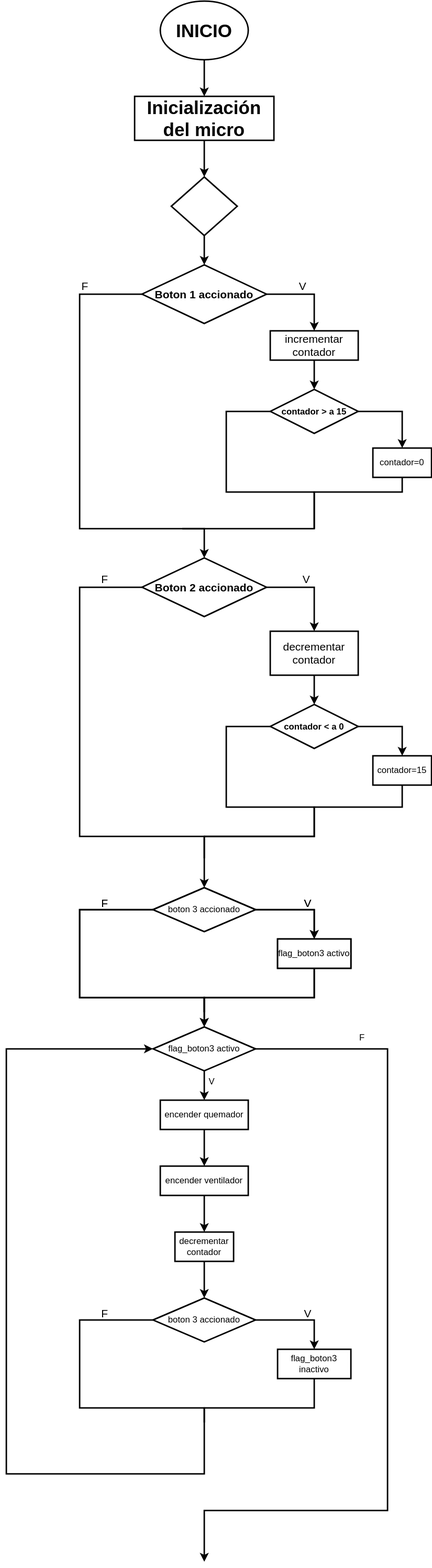
This is Diagrama.drawio.svg from Kourii/integradora, a draw.io export, as it was before one commit. Source tidied: cells renumbered, new cells last; positions are measured from the earlier drawing's top-left corner, leaving out a move shared by most shapes.
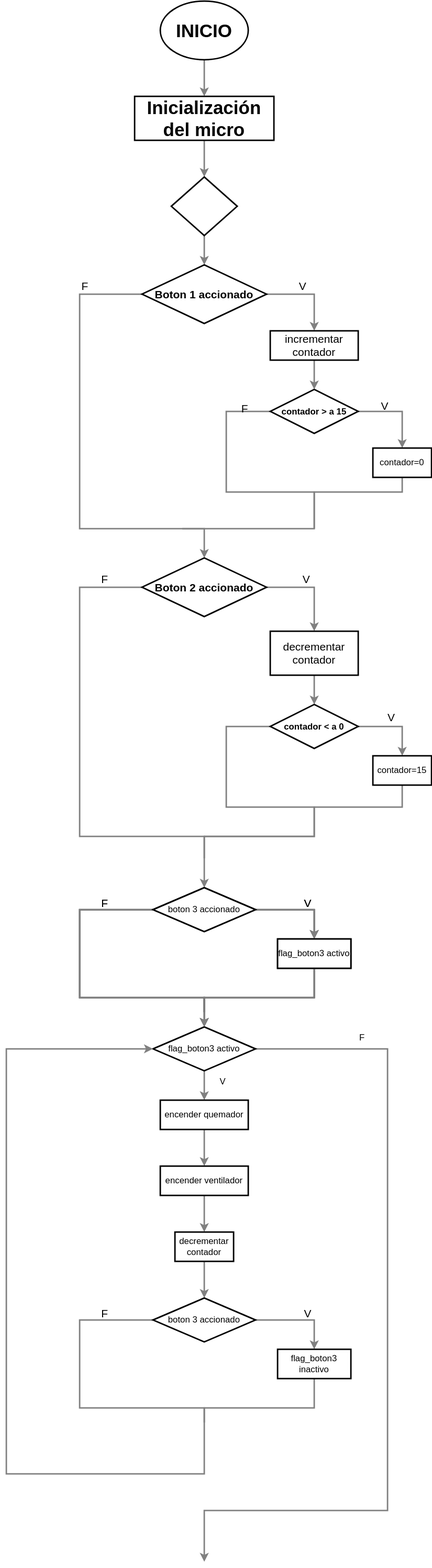
Later version of the same file.

What changed in the source:
```diff
@@ -2,25 +2,25 @@
   <root>
     <mxCell id="0" />
     <mxCell id="1" parent="0" />
-    <mxCell id="2" style="edgeStyle=orthogonalEdgeStyle;rounded=0;jettySize=auto;html=1;exitX=0.5;exitY=1;exitDx=0;exitDy=0;entryX=0.5;entryY=0;entryDx=0;entryDy=0;fontSize=25;strokeWidth=2;fontStyle=1;" parent="1" edge="1" source="3" target="5">
+    <mxCell id="2" style="edgeStyle=orthogonalEdgeStyle;rounded=0;jettySize=auto;html=1;exitX=0.5;exitY=1;exitDx=0;exitDy=0;entryX=0.5;entryY=0;entryDx=0;entryDy=0;fontSize=25;strokeWidth=2;fontStyle=1;strokeColor=#808080;" parent="1" edge="1" source="3" target="5">
       <mxGeometry relative="1" as="geometry" />
     </mxCell>
     <mxCell id="3" value="&lt;font style=&quot;font-size: 25px;&quot;&gt;INICIO&lt;/font&gt;" style="ellipse;whiteSpace=wrap;html=1;strokeWidth=2;fontStyle=1;" parent="1" vertex="1">
       <mxGeometry x="210" width="120" height="80" as="geometry" />
     </mxCell>
-    <mxCell id="4" style="edgeStyle=orthogonalEdgeStyle;rounded=0;jettySize=auto;html=1;exitX=0.5;exitY=1;exitDx=0;exitDy=0;entryX=0.5;entryY=0;entryDx=0;entryDy=0;strokeWidth=2;fontSize=25;fontStyle=1;" parent="1" edge="1" source="5" target="7">
+    <mxCell id="4" style="edgeStyle=orthogonalEdgeStyle;rounded=0;jettySize=auto;html=1;exitX=0.5;exitY=1;exitDx=0;exitDy=0;entryX=0.5;entryY=0;entryDx=0;entryDy=0;strokeWidth=2;fontSize=25;fontStyle=1;strokeColor=#808080;" parent="1" edge="1" source="5" target="7">
       <mxGeometry relative="1" as="geometry" />
     </mxCell>
     <mxCell id="5" value="Inicialización del micro" style="rounded=0;whiteSpace=wrap;html=1;fontSize=25;strokeWidth=2;fontStyle=1;" parent="1" vertex="1">
       <mxGeometry x="175" y="130" width="190" height="60" as="geometry" />
     </mxCell>
-    <mxCell id="6" style="edgeStyle=orthogonalEdgeStyle;rounded=0;jettySize=auto;html=1;exitX=0.5;exitY=1;exitDx=0;exitDy=0;entryX=0.5;entryY=0;entryDx=0;entryDy=0;strokeWidth=2;fontSize=25;fontStyle=1;" parent="1" edge="1" source="7" target="12">
+    <mxCell id="6" style="edgeStyle=orthogonalEdgeStyle;rounded=0;jettySize=auto;html=1;exitX=0.5;exitY=1;exitDx=0;exitDy=0;entryX=0.5;entryY=0;entryDx=0;entryDy=0;strokeWidth=2;fontSize=25;fontStyle=1;strokeColor=#808080;" parent="1" edge="1" source="7" target="12">
       <mxGeometry relative="1" as="geometry" />
     </mxCell>
     <mxCell id="7" style="rhombus;whiteSpace=wrap;html=1;strokeWidth=2;fontSize=25;fontStyle=1;" parent="1" vertex="1">
       <mxGeometry x="225" y="240" width="90" height="80" as="geometry" />
     </mxCell>
-    <mxCell id="8" style="edgeStyle=orthogonalEdgeStyle;rounded=0;jettySize=auto;html=1;exitX=1;exitY=0.5;exitDx=0;exitDy=0;entryX=0.5;entryY=0;entryDx=0;entryDy=0;strokeWidth=2;fontSize=15;" parent="1" edge="1" source="12" target="14">
+    <mxCell id="8" style="edgeStyle=orthogonalEdgeStyle;rounded=0;jettySize=auto;html=1;exitX=1;exitY=0.5;exitDx=0;exitDy=0;entryX=0.5;entryY=0;entryDx=0;entryDy=0;strokeWidth=2;fontSize=15;strokeColor=#808080;" parent="1" edge="1" source="12" target="14">
       <mxGeometry relative="1" as="geometry" />
     </mxCell>
     <mxCell id="9" value="V" style="edgeLabel;html=1;align=center;verticalAlign=middle;fontSize=15;labelBackgroundColor=none;" parent="8" vertex="1">
@@ -33,7 +33,7 @@
         <mxPoint x="-307" y="-12" as="offset" />
       </mxGeometry>
     </mxCell>
-    <mxCell id="11" style="edgeStyle=orthogonalEdgeStyle;rounded=0;jettySize=auto;html=1;exitX=0;exitY=0.5;exitDx=0;exitDy=0;strokeWidth=2;fontSize=12;entryX=0.5;entryY=0;entryDx=0;entryDy=0;" parent="1" edge="1" source="12" target="26">
+    <mxCell id="11" style="edgeStyle=orthogonalEdgeStyle;rounded=0;jettySize=auto;html=1;exitX=0;exitY=0.5;exitDx=0;exitDy=0;strokeWidth=2;fontSize=12;entryX=0.5;entryY=0;entryDx=0;entryDy=0;strokeColor=#808080;" parent="1" edge="1" source="12" target="26">
       <mxGeometry relative="1" as="geometry">
         <Array as="points">
           <mxPoint x="100" y="400" />
@@ -45,16 +45,16 @@
     <mxCell id="12" value="&lt;p style=&quot;line-height: 100%; font-size: 15px;&quot;&gt;&lt;font style=&quot;font-size: 15px;&quot;&gt;Boton 1 accionado&lt;br&gt;&lt;/font&gt;&lt;/p&gt;" style="rhombus;whiteSpace=wrap;html=1;strokeWidth=2;fontSize=25;fontStyle=1;" parent="1" vertex="1">
       <mxGeometry x="185" y="360" width="170" height="80" as="geometry" />
     </mxCell>
-    <mxCell id="13" style="edgeStyle=orthogonalEdgeStyle;rounded=0;jettySize=auto;html=1;exitX=0.5;exitY=1;exitDx=0;exitDy=0;entryX=0.5;entryY=0;entryDx=0;entryDy=0;strokeWidth=2;fontSize=12;" parent="1" edge="1" source="14" target="17">
+    <mxCell id="13" style="edgeStyle=orthogonalEdgeStyle;rounded=0;jettySize=auto;html=1;exitX=0.5;exitY=1;exitDx=0;exitDy=0;entryX=0.5;entryY=0;entryDx=0;entryDy=0;strokeWidth=2;fontSize=12;strokeColor=#808080;" parent="1" edge="1" source="14" target="17">
       <mxGeometry relative="1" as="geometry" />
     </mxCell>
     <mxCell id="14" value="incrementar contador" style="rounded=0;whiteSpace=wrap;html=1;strokeWidth=2;fontSize=15;" parent="1" vertex="1">
       <mxGeometry x="360" y="450" width="120" height="40" as="geometry" />
     </mxCell>
-    <mxCell id="15" style="edgeStyle=orthogonalEdgeStyle;rounded=0;jettySize=auto;html=1;exitX=1;exitY=0.5;exitDx=0;exitDy=0;entryX=0.5;entryY=0;entryDx=0;entryDy=0;strokeWidth=2;fontSize=12;" parent="1" edge="1" source="17" target="19">
+    <mxCell id="15" style="edgeStyle=orthogonalEdgeStyle;rounded=0;jettySize=auto;html=1;exitX=1;exitY=0.5;exitDx=0;exitDy=0;entryX=0.5;entryY=0;entryDx=0;entryDy=0;strokeWidth=2;fontSize=12;strokeColor=#808080;" parent="1" edge="1" source="17" target="19">
       <mxGeometry relative="1" as="geometry" />
     </mxCell>
-    <mxCell id="16" style="edgeStyle=orthogonalEdgeStyle;rounded=0;jettySize=auto;html=1;exitX=0;exitY=0.5;exitDx=0;exitDy=0;strokeWidth=2;fontSize=12;endArrow=none;endFill=0;" parent="1" edge="1" source="17">
+    <mxCell id="16" style="edgeStyle=orthogonalEdgeStyle;rounded=0;jettySize=auto;html=1;exitX=0;exitY=0.5;exitDx=0;exitDy=0;strokeWidth=2;fontSize=12;endArrow=none;endFill=0;strokeColor=#808080;" parent="1" edge="1" source="17">
       <mxGeometry relative="1" as="geometry">
         <mxPoint x="240" y="720" as="targetPoint" />
         <Array as="points">
@@ -68,7 +68,7 @@
     <mxCell id="17" value="&lt;p style=&quot;line-height: 100%; font-size: 12px;&quot;&gt;&lt;font style=&quot;font-size: 12px;&quot;&gt;contador &amp;gt; a 15&lt;br&gt;&lt;/font&gt;&lt;/p&gt;" style="rhombus;whiteSpace=wrap;html=1;strokeWidth=2;fontSize=25;fontStyle=1;" parent="1" vertex="1">
       <mxGeometry x="360" y="530" width="120" height="60" as="geometry" />
     </mxCell>
-    <mxCell id="18" style="edgeStyle=orthogonalEdgeStyle;rounded=0;jettySize=auto;html=1;exitX=0.5;exitY=1;exitDx=0;exitDy=0;strokeWidth=2;fontSize=12;endArrow=none;endFill=0;" parent="1" edge="1" source="19">
+    <mxCell id="18" style="edgeStyle=orthogonalEdgeStyle;rounded=0;jettySize=auto;html=1;exitX=0.5;exitY=1;exitDx=0;exitDy=0;strokeWidth=2;fontSize=12;endArrow=none;endFill=0;strokeColor=#808080;" parent="1" edge="1" source="19">
       <mxGeometry relative="1" as="geometry">
         <mxPoint x="420" y="720" as="targetPoint" />
         <Array as="points">
@@ -80,7 +80,7 @@
     <mxCell id="19" value="contador=0" style="rounded=0;whiteSpace=wrap;html=1;labelBackgroundColor=none;strokeWidth=2;fontSize=12;" parent="1" vertex="1">
       <mxGeometry x="500" y="610" width="80" height="40" as="geometry" />
     </mxCell>
-    <mxCell id="20" style="edgeStyle=orthogonalEdgeStyle;rounded=0;jettySize=auto;html=1;exitX=1;exitY=0.5;exitDx=0;exitDy=0;entryX=0.5;entryY=0;entryDx=0;entryDy=0;strokeWidth=2;fontSize=15;" parent="1" edge="1" source="26" target="28">
+    <mxCell id="20" style="edgeStyle=orthogonalEdgeStyle;rounded=0;jettySize=auto;html=1;exitX=1;exitY=0.5;exitDx=0;exitDy=0;entryX=0.5;entryY=0;entryDx=0;entryDy=0;strokeWidth=2;fontSize=15;strokeColor=#808080;" parent="1" edge="1" source="26" target="28">
       <mxGeometry relative="1" as="geometry" />
     </mxCell>
     <mxCell id="21" value="V" style="edgeLabel;html=1;align=center;verticalAlign=middle;fontSize=15;labelBackgroundColor=none;" parent="20" vertex="1">
@@ -103,7 +103,7 @@
         <mxPoint x="-285" y="430" as="offset" />
       </mxGeometry>
     </mxCell>
-    <mxCell id="25" style="edgeStyle=orthogonalEdgeStyle;jettySize=auto;html=1;exitX=0;exitY=0.5;exitDx=0;exitDy=0;strokeWidth=2;fontSize=12;entryX=0.5;entryY=0;entryDx=0;entryDy=0;rounded=0;" parent="1" edge="1" source="26" target="36">
+    <mxCell id="25" style="edgeStyle=orthogonalEdgeStyle;jettySize=auto;html=1;exitX=0;exitY=0.5;exitDx=0;exitDy=0;strokeWidth=2;fontSize=12;entryX=0.5;entryY=0;entryDx=0;entryDy=0;rounded=0;strokeColor=#808080;" parent="1" edge="1" source="26" target="36">
       <mxGeometry relative="1" as="geometry">
         <Array as="points">
           <mxPoint x="100" y="800" />
@@ -115,16 +115,16 @@
     <mxCell id="26" value="&lt;p style=&quot;line-height: 100%; font-size: 15px;&quot;&gt;&lt;font style=&quot;font-size: 15px;&quot;&gt;Boton 2 accionado&lt;br&gt;&lt;/font&gt;&lt;/p&gt;" style="rhombus;whiteSpace=wrap;html=1;strokeWidth=2;fontSize=25;fontStyle=1;" parent="1" vertex="1">
       <mxGeometry x="185" y="760" width="170" height="80" as="geometry" />
     </mxCell>
-    <mxCell id="27" style="edgeStyle=orthogonalEdgeStyle;rounded=0;jettySize=auto;html=1;exitX=0.5;exitY=1;exitDx=0;exitDy=0;entryX=0.5;entryY=0;entryDx=0;entryDy=0;strokeWidth=2;fontSize=12;" parent="1" edge="1" source="28" target="31">
+    <mxCell id="27" style="edgeStyle=orthogonalEdgeStyle;rounded=0;jettySize=auto;html=1;exitX=0.5;exitY=1;exitDx=0;exitDy=0;entryX=0.5;entryY=0;entryDx=0;entryDy=0;strokeWidth=2;fontSize=12;strokeColor=#808080;" parent="1" edge="1" source="28" target="31">
       <mxGeometry relative="1" as="geometry" />
     </mxCell>
     <mxCell id="28" value="&lt;div&gt;decrementar contador&lt;/div&gt;" style="rounded=0;whiteSpace=wrap;html=1;strokeWidth=2;fontSize=15;" parent="1" vertex="1">
       <mxGeometry x="360" y="860" width="120" height="60" as="geometry" />
     </mxCell>
-    <mxCell id="29" style="edgeStyle=orthogonalEdgeStyle;rounded=0;jettySize=auto;html=1;exitX=1;exitY=0.5;exitDx=0;exitDy=0;entryX=0.5;entryY=0;entryDx=0;entryDy=0;strokeWidth=2;fontSize=12;" parent="1" edge="1" source="31" target="33">
+    <mxCell id="29" style="edgeStyle=orthogonalEdgeStyle;rounded=0;jettySize=auto;html=1;exitX=1;exitY=0.5;exitDx=0;exitDy=0;entryX=0.5;entryY=0;entryDx=0;entryDy=0;strokeWidth=2;fontSize=12;strokeColor=#808080;" parent="1" edge="1" source="31" target="33">
       <mxGeometry relative="1" as="geometry" />
     </mxCell>
-    <mxCell id="30" style="edgeStyle=orthogonalEdgeStyle;rounded=0;jettySize=auto;html=1;exitX=0;exitY=0.5;exitDx=0;exitDy=0;strokeWidth=2;fontSize=12;endArrow=none;endFill=0;" parent="1" edge="1" source="31">
+    <mxCell id="30" style="edgeStyle=orthogonalEdgeStyle;rounded=0;jettySize=auto;html=1;exitX=0;exitY=0.5;exitDx=0;exitDy=0;strokeWidth=2;fontSize=12;endArrow=none;endFill=0;strokeColor=#808080;" parent="1" edge="1" source="31">
       <mxGeometry relative="1" as="geometry">
         <mxPoint x="270" y="1170" as="targetPoint" />
         <Array as="points">
@@ -139,7 +139,7 @@
     <mxCell id="31" value="&lt;p style=&quot;line-height: 100%; font-size: 12px;&quot;&gt;&lt;font style=&quot;font-size: 12px;&quot;&gt;contador &amp;lt; a 0&lt;br&gt;&lt;/font&gt;&lt;/p&gt;" style="rhombus;whiteSpace=wrap;html=1;strokeWidth=2;fontSize=25;fontStyle=1;" parent="1" vertex="1">
       <mxGeometry x="360" y="960" width="120" height="60" as="geometry" />
     </mxCell>
-    <mxCell id="32" style="edgeStyle=orthogonalEdgeStyle;rounded=0;jettySize=auto;html=1;exitX=0.5;exitY=1;exitDx=0;exitDy=0;strokeWidth=2;fontSize=12;endArrow=none;endFill=0;" parent="1" edge="1" source="33">
+    <mxCell id="32" style="edgeStyle=orthogonalEdgeStyle;rounded=0;jettySize=auto;html=1;exitX=0.5;exitY=1;exitDx=0;exitDy=0;strokeWidth=2;fontSize=12;endArrow=none;endFill=0;strokeColor=#808080;" parent="1" edge="1" source="33">
       <mxGeometry relative="1" as="geometry">
         <mxPoint x="270" y="1140" as="targetPoint" />
         <Array as="points">
@@ -183,7 +183,7 @@
     <mxCell id="39" value="flag_boton3 activo" style="rounded=0;whiteSpace=wrap;html=1;labelBackgroundColor=none;strokeWidth=2;fontSize=12;" parent="1" vertex="1">
       <mxGeometry x="370" y="1280" width="100" height="40" as="geometry" />
     </mxCell>
-    <mxCell id="40" style="edgeStyle=orthogonalEdgeStyle;rounded=0;jettySize=auto;html=1;exitX=0.5;exitY=1;exitDx=0;exitDy=0;strokeWidth=2;fontSize=12;endArrow=classic;endFill=1;entryX=0.5;entryY=0;entryDx=0;entryDy=0;" parent="1" edge="1" source="42" target="44">
+    <mxCell id="40" style="edgeStyle=orthogonalEdgeStyle;rounded=0;jettySize=auto;html=1;exitX=0.5;exitY=1;exitDx=0;exitDy=0;strokeWidth=2;fontSize=12;endArrow=classic;endFill=1;entryX=0.5;entryY=0;entryDx=0;entryDy=0;strokeColor=#808080;" parent="1" edge="1" source="42" target="44">
       <mxGeometry relative="1" as="geometry">
         <Array as="points">
           <mxPoint x="270" y="1470" />
@@ -191,7 +191,7 @@
         </Array>
       </mxGeometry>
     </mxCell>
-    <mxCell id="41" style="edgeStyle=orthogonalEdgeStyle;rounded=0;jettySize=auto;html=1;exitX=1;exitY=0.5;exitDx=0;exitDy=0;strokeWidth=2;fontSize=12;endArrow=classic;endFill=1;" parent="1" edge="1" source="42">
+    <mxCell id="41" style="edgeStyle=orthogonalEdgeStyle;rounded=0;jettySize=auto;html=1;exitX=1;exitY=0.5;exitDx=0;exitDy=0;strokeWidth=2;fontSize=12;endArrow=classic;endFill=1;strokeColor=#808080;" parent="1" edge="1" source="42">
       <mxGeometry relative="1" as="geometry">
         <mxPoint x="270" y="2130" as="targetPoint" />
         <Array as="points">
@@ -204,19 +204,19 @@
     <mxCell id="42" value="flag_boton3 activo" style="rhombus;whiteSpace=wrap;html=1;labelBackgroundColor=none;strokeWidth=2;fontSize=12;" parent="1" vertex="1">
       <mxGeometry x="200" y="1400" width="140" height="60" as="geometry" />
     </mxCell>
-    <mxCell id="43" style="edgeStyle=orthogonalEdgeStyle;rounded=0;jettySize=auto;html=1;exitX=0.5;exitY=1;exitDx=0;exitDy=0;entryX=0.5;entryY=0;entryDx=0;entryDy=0;strokeWidth=2;fontSize=12;endArrow=classic;endFill=1;" parent="1" edge="1" source="44" target="46">
+    <mxCell id="43" style="edgeStyle=orthogonalEdgeStyle;rounded=0;jettySize=auto;html=1;exitX=0.5;exitY=1;exitDx=0;exitDy=0;entryX=0.5;entryY=0;entryDx=0;entryDy=0;strokeWidth=2;fontSize=12;endArrow=classic;endFill=1;strokeColor=#808080;" parent="1" edge="1" source="44" target="46">
       <mxGeometry relative="1" as="geometry" />
     </mxCell>
     <mxCell id="44" value="encender quemador" style="rounded=0;whiteSpace=wrap;html=1;labelBackgroundColor=none;strokeWidth=2;fontSize=12;" parent="1" vertex="1">
       <mxGeometry x="210" y="1500" width="120" height="40" as="geometry" />
     </mxCell>
-    <mxCell id="45" style="edgeStyle=orthogonalEdgeStyle;rounded=0;jettySize=auto;html=1;exitX=0.5;exitY=1;exitDx=0;exitDy=0;entryX=0.5;entryY=0;entryDx=0;entryDy=0;strokeWidth=2;fontSize=12;endArrow=classic;endFill=1;" parent="1" edge="1" source="46" target="48">
+    <mxCell id="45" style="edgeStyle=orthogonalEdgeStyle;rounded=0;jettySize=auto;html=1;exitX=0.5;exitY=1;exitDx=0;exitDy=0;entryX=0.5;entryY=0;entryDx=0;entryDy=0;strokeWidth=2;fontSize=12;endArrow=classic;endFill=1;strokeColor=#808080;" parent="1" edge="1" source="46" target="48">
       <mxGeometry relative="1" as="geometry" />
     </mxCell>
     <mxCell id="46" value="encender ventilador" style="rounded=0;whiteSpace=wrap;html=1;labelBackgroundColor=none;strokeWidth=2;fontSize=12;" parent="1" vertex="1">
       <mxGeometry x="210" y="1590" width="120" height="40" as="geometry" />
     </mxCell>
-    <mxCell id="47" style="edgeStyle=orthogonalEdgeStyle;rounded=0;jettySize=auto;html=1;exitX=0.5;exitY=1;exitDx=0;exitDy=0;entryX=0.5;entryY=0;entryDx=0;entryDy=0;strokeWidth=2;fontSize=12;endArrow=classic;endFill=1;" parent="1" edge="1" source="48" target="60">
+    <mxCell id="47" style="edgeStyle=orthogonalEdgeStyle;rounded=0;jettySize=auto;html=1;exitX=0.5;exitY=1;exitDx=0;exitDy=0;entryX=0.5;entryY=0;entryDx=0;entryDy=0;strokeWidth=2;fontSize=12;endArrow=classic;endFill=1;strokeColor=#808080;" parent="1" edge="1" source="48" target="60">
       <mxGeometry relative="1" as="geometry" />
     </mxCell>
     <mxCell id="48" value="decrementar contador" style="rounded=0;whiteSpace=wrap;html=1;labelBackgroundColor=none;strokeWidth=2;fontSize=12;" parent="1" vertex="1">
@@ -228,10 +228,10 @@
     <mxCell id="50" value="F" style="edgeLabel;html=1;align=center;verticalAlign=middle;fontSize=15;labelBackgroundColor=none;" parent="1" vertex="1">
       <mxGeometry x="133" y="1230" as="geometry" />
     </mxCell>
-    <mxCell id="51" style="edgeStyle=orthogonalEdgeStyle;rounded=0;jettySize=auto;html=1;exitX=1;exitY=0.5;exitDx=0;exitDy=0;strokeWidth=2;fontSize=12;endArrow=classic;endFill=1;entryX=0.5;entryY=0;entryDx=0;entryDy=0;" parent="1" edge="1" source="53" target="55">
+    <mxCell id="51" style="edgeStyle=orthogonalEdgeStyle;rounded=0;jettySize=auto;html=1;exitX=1;exitY=0.5;exitDx=0;exitDy=0;strokeWidth=2;fontSize=12;endArrow=classic;endFill=1;entryX=0.5;entryY=0;entryDx=0;entryDy=0;strokeColor=#808080;" parent="1" edge="1" source="53" target="55">
       <mxGeometry relative="1" as="geometry" />
     </mxCell>
-    <mxCell id="52" style="edgeStyle=orthogonalEdgeStyle;rounded=0;jettySize=auto;html=1;exitX=0;exitY=0.5;exitDx=0;exitDy=0;strokeWidth=2;fontSize=12;endArrow=classic;endFill=1;" parent="1" edge="1" source="53">
+    <mxCell id="52" style="edgeStyle=orthogonalEdgeStyle;rounded=0;jettySize=auto;html=1;exitX=0;exitY=0.5;exitDx=0;exitDy=0;strokeWidth=2;fontSize=12;endArrow=classic;endFill=1;strokeColor=#808080;" parent="1" edge="1" source="53">
       <mxGeometry relative="1" as="geometry">
         <mxPoint x="270" y="1400" as="targetPoint" />
         <Array as="points">
@@ -244,7 +244,7 @@
     <mxCell id="53" value="boton 3 accionado" style="rhombus;whiteSpace=wrap;html=1;labelBackgroundColor=none;strokeWidth=2;fontSize=12;" parent="1" vertex="1">
       <mxGeometry x="200" y="1210" width="140" height="60" as="geometry" />
     </mxCell>
-    <mxCell id="54" style="edgeStyle=orthogonalEdgeStyle;rounded=0;jettySize=auto;html=1;exitX=0.5;exitY=1;exitDx=0;exitDy=0;strokeWidth=2;fontSize=12;endArrow=none;endFill=0;" parent="1" edge="1" source="55">
+    <mxCell id="54" style="edgeStyle=orthogonalEdgeStyle;rounded=0;jettySize=auto;html=1;exitX=0.5;exitY=1;exitDx=0;exitDy=0;strokeWidth=2;fontSize=12;endArrow=none;endFill=0;strokeColor=#808080;" parent="1" edge="1" source="55">
       <mxGeometry relative="1" as="geometry">
         <mxPoint x="270" y="1380" as="targetPoint" />
         <Array as="points">
@@ -262,10 +262,10 @@
     <mxCell id="57" value="F" style="edgeLabel;html=1;align=center;verticalAlign=middle;fontSize=15;labelBackgroundColor=none;" parent="1" vertex="1">
       <mxGeometry x="133" y="1790" as="geometry" />
     </mxCell>
-    <mxCell id="58" style="edgeStyle=orthogonalEdgeStyle;rounded=0;jettySize=auto;html=1;exitX=1;exitY=0.5;exitDx=0;exitDy=0;strokeWidth=2;fontSize=12;endArrow=classic;endFill=1;entryX=0.5;entryY=0;entryDx=0;entryDy=0;" parent="1" edge="1" source="60" target="62">
+    <mxCell id="58" style="edgeStyle=orthogonalEdgeStyle;rounded=0;jettySize=auto;html=1;exitX=1;exitY=0.5;exitDx=0;exitDy=0;strokeWidth=2;fontSize=12;endArrow=classic;endFill=1;entryX=0.5;entryY=0;entryDx=0;entryDy=0;strokeColor=#808080;" parent="1" edge="1" source="60" target="62">
       <mxGeometry relative="1" as="geometry" />
     </mxCell>
-    <mxCell id="59" style="edgeStyle=orthogonalEdgeStyle;rounded=0;jettySize=auto;html=1;exitX=0;exitY=0.5;exitDx=0;exitDy=0;strokeWidth=2;fontSize=12;endArrow=classic;endFill=1;entryX=0;entryY=0.5;entryDx=0;entryDy=0;" parent="1" edge="1" source="60" target="42">
+    <mxCell id="59" style="edgeStyle=orthogonalEdgeStyle;rounded=0;jettySize=auto;html=1;exitX=0;exitY=0.5;exitDx=0;exitDy=0;strokeWidth=2;fontSize=12;endArrow=classic;endFill=1;entryX=0;entryY=0.5;entryDx=0;entryDy=0;strokeColor=#808080;" parent="1" edge="1" source="60" target="42">
       <mxGeometry relative="1" as="geometry">
         <Array as="points">
           <mxPoint x="100" y="1800" />
@@ -280,7 +280,7 @@
     <mxCell id="60" value="boton 3 accionado" style="rhombus;whiteSpace=wrap;html=1;labelBackgroundColor=none;strokeWidth=2;fontSize=12;" parent="1" vertex="1">
       <mxGeometry x="200" y="1770" width="140" height="60" as="geometry" />
     </mxCell>
-    <mxCell id="61" style="edgeStyle=orthogonalEdgeStyle;rounded=0;jettySize=auto;html=1;exitX=0.5;exitY=1;exitDx=0;exitDy=0;strokeWidth=2;fontSize=12;endArrow=none;endFill=0;" parent="1" edge="1" source="62">
+    <mxCell id="61" style="edgeStyle=orthogonalEdgeStyle;rounded=0;jettySize=auto;html=1;exitX=0.5;exitY=1;exitDx=0;exitDy=0;strokeWidth=2;fontSize=12;endArrow=none;endFill=0;strokeColor=#808080;" parent="1" edge="1" source="62">
       <mxGeometry relative="1" as="geometry">
         <mxPoint x="270" y="1940" as="targetPoint" />
         <Array as="points">
@@ -293,10 +293,25 @@
       <mxGeometry x="370" y="1840" width="100" height="40" as="geometry" />
     </mxCell>
     <mxCell id="63" value="V" style="text;html=1;align=center;verticalAlign=middle;strokeColor=none;fillColor=none;fontSize=12;" parent="1" vertex="1">
-      <mxGeometry x="265" y="1460" width="30" height="30" as="geometry" />
+      <mxGeometry x="280" y="1460" width="30" height="30" as="geometry" />
     </mxCell>
     <mxCell id="64" value="F" style="text;html=1;align=center;verticalAlign=middle;strokeColor=none;fillColor=none;fontSize=12;" parent="1" vertex="1">
       <mxGeometry x="470" y="1400" width="30" height="30" as="geometry" />
     </mxCell>
+    <mxCell id="65" value="V" style="edgeLabel;html=1;align=center;verticalAlign=middle;fontSize=15;labelBackgroundColor=none;" parent="1" vertex="1">
+      <mxGeometry x="412.1" y="398" as="geometry">
+        <mxPoint x="103" y="153" as="offset" />
+      </mxGeometry>
+    </mxCell>
+    <mxCell id="66" value="F" style="edgeLabel;html=1;align=center;verticalAlign=middle;fontSize=15;labelBackgroundColor=none;" parent="1" vertex="1">
+      <mxGeometry x="130" y="440" as="geometry">
+        <mxPoint x="194" y="115" as="offset" />
+      </mxGeometry>
+    </mxCell>
+    <mxCell id="67" value="V" style="edgeLabel;html=1;align=center;verticalAlign=middle;fontSize=15;labelBackgroundColor=none;" parent="1" vertex="1">
+      <mxGeometry x="417.9" y="798" as="geometry">
+        <mxPoint x="107" y="178" as="offset" />
+      </mxGeometry>
+    </mxCell>
   </root>
 </mxGraphModel>
```
